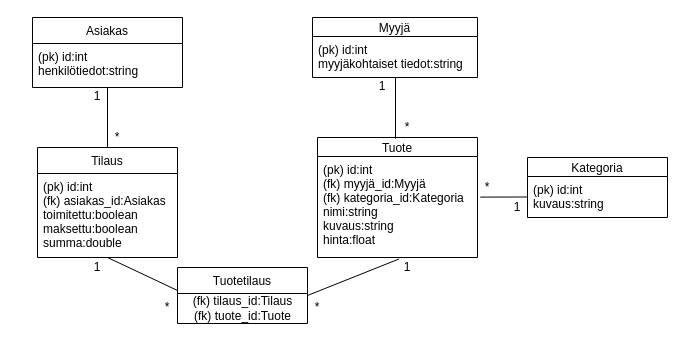
Above: documentation/kuvat/Untitled Diagram.drawio in parissak/Verkkokauppa (draw.io), before the change. Source tidied: cells renumbered, new cells numbered last; positions are measured from the earlier drawing's top-left corner, leaving out a move shared by most shapes. Both pictures are drawn from the tidied source at 100%, with x=0, y=0 at pixel (32, 17).
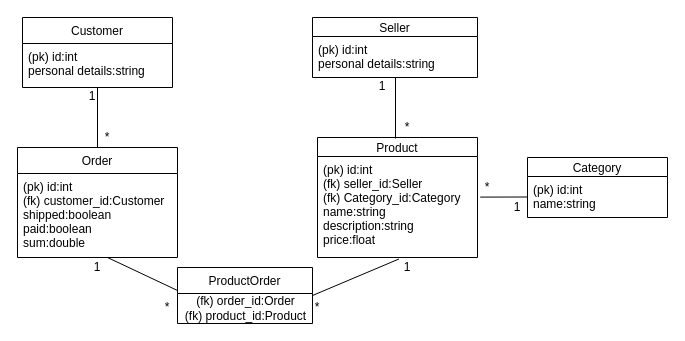
The same diagram, later.

Commit message (it also covers changes not shown here):
tietokantakaavion muokkaus

What changed in the source:
```diff
@@
-    <mxCell id="2" value="Asiakas" style="swimlane;fontStyle=0;horizontal=1;startSize=26;fillColor=none;" parent="1" vertex="1">
-      <mxGeometry width="150" height="70" as="geometry" />
+    <mxCell id="2" value="Customer" style="swimlane;fontStyle=0;horizontal=1;startSize=26;fillColor=none;" parent="1" vertex="1">
+      <mxGeometry x="-10" width="150" height="70" as="geometry" />
     </mxCell>
-    <mxCell id="3" value="(pk) id:int&#10;henkilötiedot:string" style="text;strokeColor=none;fillColor=none;align=left;verticalAlign=top;spacingLeft=4;spacingRight=4;overflow=hidden;points=[[0,0.5],[1,0.5]];portConstraint=eastwest;" parent="2" vertex="1">
+    <mxCell id="3" value="(pk) id:int&#10;personal details:string" style="text;strokeColor=none;fillColor=none;align=left;verticalAlign=top;spacingLeft=4;spacingRight=4;overflow=hidden;points=[[0,0.5],[1,0.5]];portConstraint=eastwest;" parent="2" vertex="1">
       <mxGeometry y="26" width="150" height="44" as="geometry" />
     </mxCell>
-    <mxCell id="4" value="Myyjä" style="swimlane;fontStyle=0;horizontal=1;startSize=19;fillColor=none;" parent="1" vertex="1">
+    <mxCell id="4" value="Seller" style="swimlane;fontStyle=0;horizontal=1;startSize=19;fillColor=none;" parent="1" vertex="1">
       <mxGeometry x="280" width="165" height="60" as="geometry" />
     </mxCell>
-    <mxCell id="5" value="(pk) id:int&#10;myyjäkohtaiset tiedot:string&#10;" style="text;strokeColor=none;fillColor=none;align=left;verticalAlign=top;spacingLeft=4;spacingRight=4;overflow=hidden;" parent="4" vertex="1">
+    <mxCell id="5" value="(pk) id:int&#10;personal details:string&#10;" style="text;strokeColor=none;fillColor=none;align=left;verticalAlign=top;spacingLeft=4;spacingRight=4;overflow=hidden;" parent="4" vertex="1">
       <mxGeometry y="19" width="165" height="41" as="geometry" />
     </mxCell>
-    <mxCell id="6" value="Tuote" style="swimlane;fontStyle=0;horizontal=1;startSize=19;fillColor=none;" parent="1" vertex="1">
+    <mxCell id="6" value="Product" style="swimlane;fontStyle=0;horizontal=1;startSize=19;fillColor=none;" parent="1" vertex="1">
       <mxGeometry x="285" y="120" width="160" height="120" as="geometry" />
     </mxCell>
-    <mxCell id="7" value="(pk) id:int&#10;(fk) myyjä_id:Myyjä&#10;(fk) kategoria_id:Kategoria&#10;nimi:string&#10;kuvaus:string&#10;hinta:float&#10;&#10;" style="text;strokeColor=none;fillColor=none;align=left;verticalAlign=top;spacingLeft=4;spacingRight=4;overflow=hidden;points=[[0,0.5],[1,0.5]];portConstraint=eastwest;" parent="6" vertex="1">
+    <mxCell id="7" value="(pk) id:int&#10;(fk) seller_id:Seller&#10;(fk) Category_id:Category&#10;name:string&#10;description:string&#10;price:float&#10;&#10;" style="text;strokeColor=none;fillColor=none;align=left;verticalAlign=top;spacingLeft=4;spacingRight=4;overflow=hidden;points=[[0,0.5],[1,0.5]];portConstraint=eastwest;" parent="6" vertex="1">
       <mxGeometry y="19" width="160" height="101" as="geometry" />
     </mxCell>
-    <mxCell id="8" value="Tilaus" style="swimlane;fontStyle=0;horizontal=1;startSize=26;fillColor=none;" parent="1" vertex="1">
-      <mxGeometry x="5" y="130" width="140" height="110" as="geometry" />
+    <mxCell id="8" value="Order" style="swimlane;fontStyle=0;horizontal=1;startSize=26;fillColor=none;" parent="1" vertex="1">
+      <mxGeometry x="-15" y="130" width="160" height="110" as="geometry" />
     </mxCell>
-    <mxCell id="9" value="(pk) id:int&#10;(fk) asiakas_id:Asiakas&#10;toimitettu:boolean &#10;maksettu:boolean&#10;summa:double&#10;" style="text;strokeColor=none;fillColor=none;align=left;verticalAlign=top;spacingLeft=4;spacingRight=4;overflow=hidden;" parent="8" vertex="1">
-      <mxGeometry y="26" width="140" height="84" as="geometry" />
+    <mxCell id="9" value="(pk) id:int&#10;(fk) customer_id:Customer&#10;shipped:boolean &#10;paid:boolean&#10;sum:double&#10;" style="text;strokeColor=none;fillColor=none;align=left;verticalAlign=top;spacingLeft=4;spacingRight=4;overflow=hidden;" parent="8" vertex="1">
+      <mxGeometry y="26" width="160" height="84" as="geometry" />
     </mxCell>
-    <mxCell id="10" value="Tuotetilaus" style="swimlane;fontStyle=0;horizontal=1;startSize=26;fillColor=none;" parent="1" vertex="1">
-      <mxGeometry x="145" y="250" width="130" height="56" as="geometry" />
+    <mxCell id="10" value="ProductOrder" style="swimlane;fontStyle=0;horizontal=1;startSize=26;fillColor=none;" parent="1" vertex="1">
+      <mxGeometry x="145" y="250" width="135" height="56" as="geometry" />
     </mxCell>
-    <mxCell id="11" value="&lt;div&gt;(fk) tilaus_id:Tilaus&lt;/div&gt;&lt;div&gt;(fk) tuote_id:Tuote&lt;br&gt;&lt;/div&gt;" style="text;html=1;align=center;verticalAlign=middle;" parent="10" vertex="1">
-      <mxGeometry y="26" width="130" height="30" as="geometry" />
+    <mxCell id="11" value="&lt;div&gt;(fk) order_id:Order&lt;/div&gt;&lt;div&gt;(fk) product_id:Product&lt;br&gt;&lt;/div&gt;" style="text;html=1;align=center;verticalAlign=middle;" parent="10" vertex="1">
+      <mxGeometry y="26" width="135" height="30" as="geometry" />
     </mxCell>
@@
     <mxCell id="15" value="*" style="text;html=1;strokeColor=none;fillColor=none;align=center;verticalAlign=middle;whiteSpace=wrap;rounded=0;" parent="1" vertex="1">
-      <mxGeometry x="65" y="110" width="40" height="20" as="geometry" />
+      <mxGeometry x="55" y="110" width="40" height="20" as="geometry" />
     </mxCell>
     <mxCell id="16" value="1" style="text;html=1;strokeColor=none;fillColor=none;align=center;verticalAlign=middle;whiteSpace=wrap;rounded=0;" parent="1" vertex="1">
-      <mxGeometry x="50" y="70" width="30" height="18" as="geometry" />
+      <mxGeometry x="45" y="70" width="30" height="18" as="geometry" />
     </mxCell>
@@
-    <mxCell id="24" value="Kategoria" style="swimlane;fontStyle=0;horizontal=1;startSize=19;fillColor=none;" parent="1" vertex="1">
+    <mxCell id="24" value="Category" style="swimlane;fontStyle=0;horizontal=1;startSize=19;fillColor=none;" parent="1" vertex="1">
       <mxGeometry x="495" y="140" width="140" height="60" as="geometry" />
     </mxCell>
-    <mxCell id="25" value="(pk) id:int&#10;kuvaus:string&#10;&#10;" style="text;strokeColor=none;fillColor=none;align=left;verticalAlign=top;spacingLeft=4;spacingRight=4;overflow=hidden;points=[[0,0.5],[1,0.5]];portConstraint=eastwest;" parent="24" vertex="1">
+    <mxCell id="25" value="(pk) id:int&#10;name:string&#10;&#10;" style="text;strokeColor=none;fillColor=none;align=left;verticalAlign=top;spacingLeft=4;spacingRight=4;overflow=hidden;points=[[0,0.5],[1,0.5]];portConstraint=eastwest;" parent="24" vertex="1">
       <mxGeometry y="19" width="140" height="41" as="geometry" />
     </mxCell>
```
